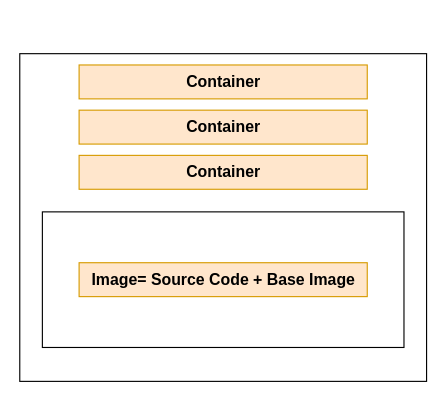
Earlier version of the draw.io diagram page "Page-6" (6 of 6) of Build and Deploy/src/img5.drawio (ericraymundrex/leetcode). Source tidied: cells renumbered, new cells numbered last; positions are measured from the earlier drawing's top-left corner, leaving out a move shared by most shapes. Both pictures are drawn from the tidied source at 113%, with x=0, y=0 at pixel (19, 53).
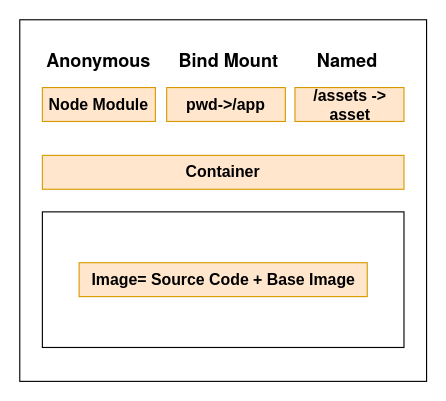
The same diagram, later.

Change to the diagram source:
```diff
@@
 <mxGraphModel>
   <root>
     <mxCell id="0" />
     <mxCell id="1" parent="0" />
     <mxCell id="2" style="rounded=0;whiteSpace=wrap;html=1;" parent="1" vertex="1">
       <mxGeometry x="20" y="140" width="320" height="120" as="geometry" />
     </mxCell>
     <mxCell id="3" value="&lt;h3&gt;Image= Source Code + Base Image&lt;/h3&gt;" style="text;html=1;strokeColor=#d79b00;fillColor=#ffe6cc;align=center;verticalAlign=middle;whiteSpace=wrap;rounded=0;" parent="1" vertex="1">
       <mxGeometry x="52.5" y="185" width="255" height="30" as="geometry" />
     </mxCell>
     <mxCell id="4" style="rounded=0;whiteSpace=wrap;html=1;fillColor=none;" parent="1" vertex="1">
-      <mxGeometry width="360" height="290" as="geometry" />
+      <mxGeometry y="-30" width="360" height="320" as="geometry" />
     </mxCell>
     <mxCell id="5" value="&lt;h3&gt;Container&lt;/h3&gt;" style="text;html=1;strokeColor=#d79b00;fillColor=#ffe6cc;align=center;verticalAlign=middle;whiteSpace=wrap;rounded=0;" parent="1" vertex="1">
-      <mxGeometry x="52.5" y="90" width="255" height="30" as="geometry" />
+      <mxGeometry x="20" y="90" width="320" height="30" as="geometry" />
     </mxCell>
-    <mxCell id="6" value="&lt;h3&gt;Container&lt;/h3&gt;" style="text;html=1;strokeColor=#d79b00;fillColor=#ffe6cc;align=center;verticalAlign=middle;whiteSpace=wrap;rounded=0;" parent="1" vertex="1">
-      <mxGeometry x="52.5" y="50" width="255" height="30" as="geometry" />
-    </mxCell>
-    <mxCell id="7" value="&lt;h3&gt;Container&lt;/h3&gt;" style="text;html=1;strokeColor=#d79b00;fillColor=#ffe6cc;align=center;verticalAlign=middle;whiteSpace=wrap;rounded=0;" parent="1" vertex="1">
-      <mxGeometry x="52.5" y="10" width="255" height="30" as="geometry" />
-    </mxCell>
+    <mxCell id="8" value="&lt;h3&gt;Node Module&lt;/h3&gt;" style="text;html=1;strokeColor=#d79b00;fillColor=#ffe6cc;align=center;verticalAlign=middle;whiteSpace=wrap;rounded=0;" parent="1" vertex="1">
+      <mxGeometry x="20" y="30" width="100" height="30" as="geometry" />
+    </mxCell>
+    <mxCell id="9" value="&lt;h3&gt;pwd-&amp;gt;/app&lt;/h3&gt;" style="text;html=1;strokeColor=#d79b00;fillColor=#ffe6cc;align=center;verticalAlign=middle;whiteSpace=wrap;rounded=0;" parent="1" vertex="1">
+      <mxGeometry x="130" y="30" width="105" height="30" as="geometry" />
+    </mxCell>
+    <mxCell id="10" value="&lt;h3&gt;/assets -&amp;gt; asset&lt;/h3&gt;" style="text;html=1;strokeColor=#d79b00;fillColor=#ffe6cc;align=center;verticalAlign=middle;whiteSpace=wrap;rounded=0;" parent="1" vertex="1">
+      <mxGeometry x="243.5" y="30" width="96.5" height="30" as="geometry" />
+    </mxCell>
+    <mxCell id="11" value="&lt;strong style=&quot;font-family: &amp;#34;helvetica neue&amp;#34; , &amp;#34;helvetica&amp;#34; , &amp;#34;segoe ui&amp;#34; , &amp;#34;arial&amp;#34; , &amp;#34;freesans&amp;#34; , sans-serif ; font-size: 16px ; text-align: left ; background-color: rgb(255 , 255 , 255)&quot;&gt;Anonymous&lt;/strong&gt;" style="text;html=1;strokeColor=none;fillColor=none;align=center;verticalAlign=middle;whiteSpace=wrap;rounded=0;labelBackgroundColor=none;" parent="1" vertex="1">
+      <mxGeometry x="20" y="-10" width="100" height="30" as="geometry" />
+    </mxCell>
+    <mxCell id="12" value="&lt;div style=&quot;text-align: left&quot;&gt;&lt;font face=&quot;helvetica neue, helvetica, segoe ui, arial, freesans, sans-serif&quot;&gt;&lt;span style=&quot;font-size: 16px ; background-color: rgb(255 , 255 , 255)&quot;&gt;&lt;b&gt;Bind Mount&lt;/b&gt;&lt;/span&gt;&lt;/font&gt;&lt;/div&gt;" style="text;html=1;strokeColor=none;fillColor=none;align=center;verticalAlign=middle;whiteSpace=wrap;rounded=0;labelBackgroundColor=none;" parent="1" vertex="1">
+      <mxGeometry x="135" y="-10" width="100" height="30" as="geometry" />
+    </mxCell>
+    <mxCell id="13" value="&lt;div style=&quot;text-align: left&quot;&gt;&lt;font face=&quot;helvetica neue, helvetica, segoe ui, arial, freesans, sans-serif&quot;&gt;&lt;span style=&quot;font-size: 16px ; background-color: rgb(255 , 255 , 255)&quot;&gt;&lt;b&gt;Named&lt;/b&gt;&lt;/span&gt;&lt;/font&gt;&lt;/div&gt;" style="text;html=1;strokeColor=none;fillColor=none;align=center;verticalAlign=middle;whiteSpace=wrap;rounded=0;labelBackgroundColor=none;" parent="1" vertex="1">
+      <mxGeometry x="240" y="-10" width="100" height="30" as="geometry" />
+    </mxCell>
   </root>
 </mxGraphModel>
```
